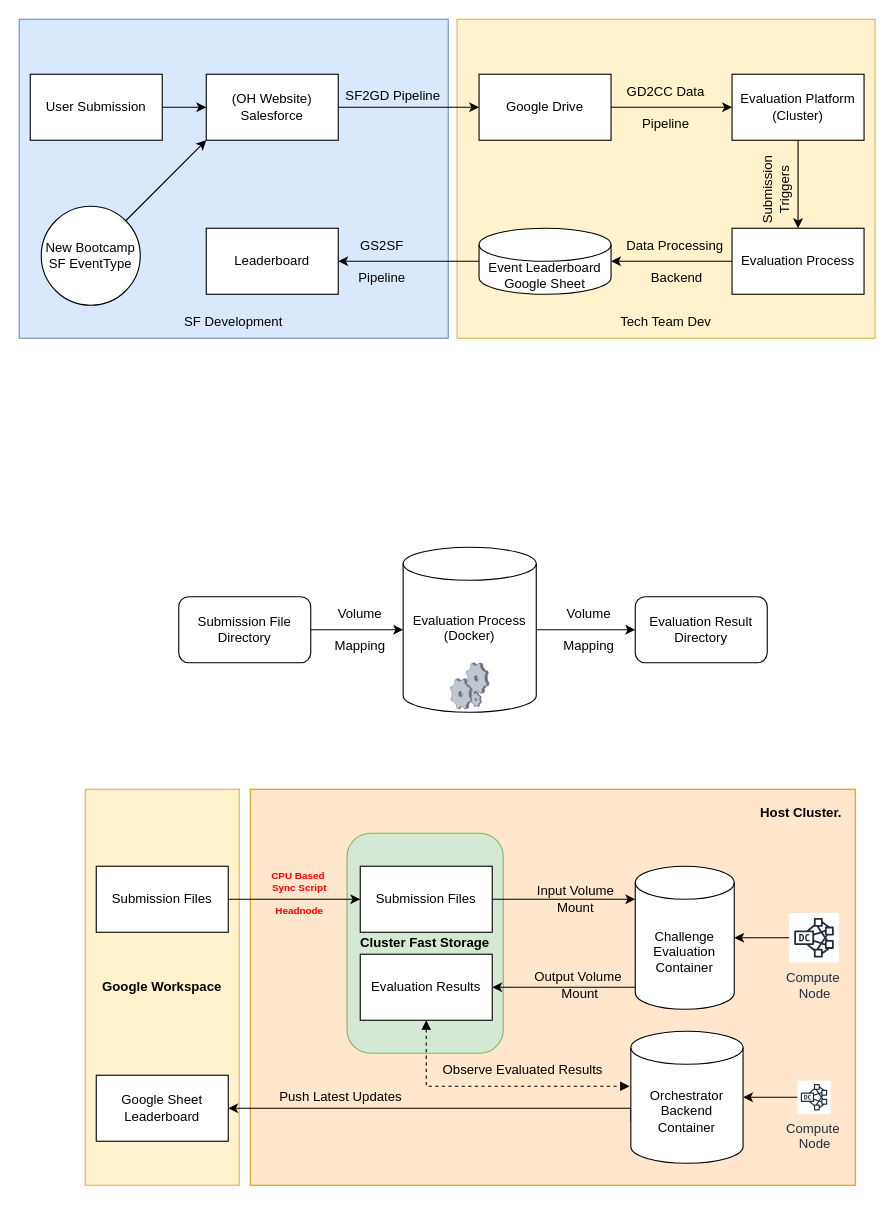
boi-doingthings/congenial-octo-lamp keeps this draw.io diagram as SF_struct.drawio. Above is the earlier version. Source tidied: cells renumbered, new cells numbered last; positions are measured from the earlier drawing's top-left corner, leaving out a move shared by most shapes. Both pictures are drawn from the tidied source at 110%, with x=0, y=0 at pixel (19, 19).
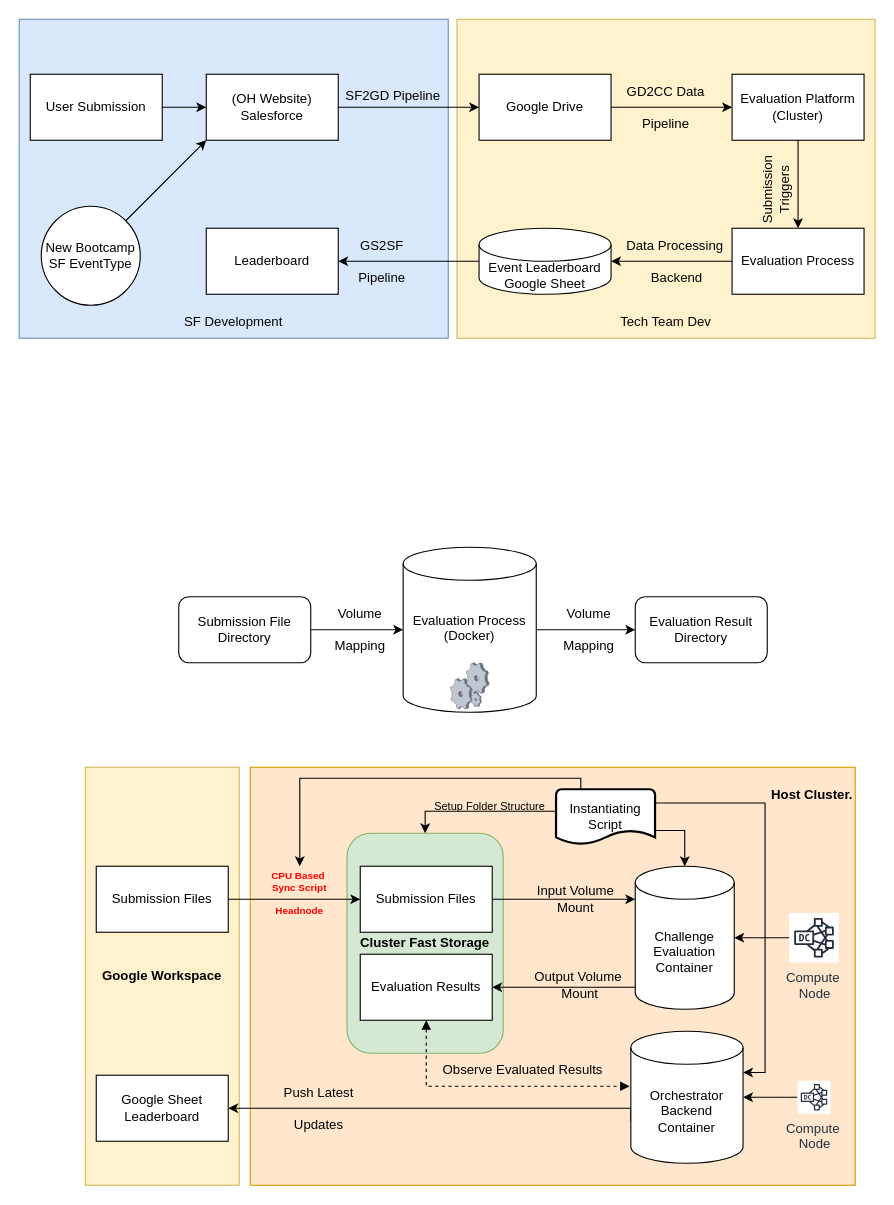
After the change.

Unchanged cells that the change refers to:
```xml
<mxCell id="4" value="&lt;b&gt;Cluster Fast Storage&lt;/b&gt;" style="rounded=1;whiteSpace=wrap;html=1;fillColor=#d5e8d4;strokeColor=#82b366;" parent="1" vertex="1">
  <mxGeometry x="298" y="740" width="142" height="200" as="geometry" />
</mxCell>
<mxCell id="43" value="&lt;div&gt;Orchestrator&lt;/div&gt;&lt;div&gt;Backend Container&lt;/div&gt;" style="shape=cylinder3;whiteSpace=wrap;html=1;boundedLbl=1;backgroundOutline=1;size=15;" parent="1" vertex="1">
  <mxGeometry x="556" y="920" width="102" height="120" as="geometry" />
</mxCell>
<mxCell id="47" value="&lt;div&gt;Challenge Evaluation Container&lt;/div&gt;" style="shape=cylinder3;whiteSpace=wrap;html=1;boundedLbl=1;backgroundOutline=1;size=15;" parent="1" vertex="1">
  <mxGeometry x="560" y="770" width="90" height="130" as="geometry" />
</mxCell>
```

What changed in the source:
```diff
@@
     <mxCell id="2" value="&lt;b&gt;Google Workspace&lt;/b&gt;" style="rounded=0;whiteSpace=wrap;html=1;fillColor=#fff2cc;strokeColor=#d6b656;" parent="1" vertex="1">
-      <mxGeometry x="60" y="700" width="140" height="360" as="geometry" />
+      <mxGeometry x="60" y="680" width="140" height="380" as="geometry" />
     </mxCell>
-    <mxCell id="3" value="&lt;b&gt;Host Cluster.&amp;nbsp; &amp;nbsp;&lt;/b&gt;&lt;div&gt;&lt;b&gt;&lt;br&gt;&lt;/b&gt;&lt;/div&gt;&lt;div&gt;&lt;b&gt;&lt;br&gt;&lt;/b&gt;&lt;/div&gt;&lt;div&gt;&lt;b&gt;&lt;br&gt;&lt;/b&gt;&lt;/div&gt;&lt;div&gt;&lt;b&gt;&lt;br&gt;&lt;/b&gt;&lt;/div&gt;&lt;div&gt;&lt;b&gt;&lt;br&gt;&lt;/b&gt;&lt;/div&gt;&lt;div&gt;&lt;b&gt;&lt;br&gt;&lt;/b&gt;&lt;/div&gt;&lt;div&gt;&lt;b&gt;&lt;br&gt;&lt;/b&gt;&lt;/div&gt;&lt;div&gt;&lt;b&gt;&lt;br&gt;&lt;/b&gt;&lt;/div&gt;&lt;div&gt;&lt;b&gt;&lt;br&gt;&lt;/b&gt;&lt;/div&gt;&lt;div&gt;&lt;b&gt;&lt;br&gt;&lt;/b&gt;&lt;/div&gt;&lt;div&gt;&lt;b&gt;&lt;br&gt;&lt;/b&gt;&lt;/div&gt;&lt;div&gt;&lt;b&gt;&lt;br&gt;&lt;/b&gt;&lt;/div&gt;&lt;div&gt;&lt;b&gt;&lt;br&gt;&lt;/b&gt;&lt;/div&gt;&lt;div&gt;&lt;b&gt;&lt;br&gt;&lt;/b&gt;&lt;/div&gt;&lt;div&gt;&lt;b&gt;&lt;br&gt;&lt;/b&gt;&lt;/div&gt;&lt;div&gt;&lt;b&gt;&lt;br&gt;&lt;/b&gt;&lt;/div&gt;&lt;div&gt;&lt;b&gt;&lt;br&gt;&lt;/b&gt;&lt;/div&gt;&lt;div&gt;&lt;b&gt;&lt;br&gt;&lt;/b&gt;&lt;/div&gt;&lt;div&gt;&lt;b&gt;&lt;br&gt;&lt;/b&gt;&lt;/div&gt;&lt;div&gt;&lt;b&gt;&lt;br&gt;&lt;/b&gt;&lt;/div&gt;&lt;div&gt;&lt;b&gt;&lt;br&gt;&lt;/b&gt;&lt;/div&gt;&lt;div&gt;&lt;b&gt;&amp;nbsp;&lt;/b&gt;&lt;/div&gt;" style="rounded=0;whiteSpace=wrap;html=1;fillColor=#ffe6cc;strokeColor=#d79b00;align=right;" parent="1" vertex="1">
-      <mxGeometry x="210" y="700" width="550" height="360" as="geometry" />
+    <mxCell id="3" value="&lt;b&gt;Host Cluster.&lt;/b&gt;&lt;div&gt;&lt;b&gt;&amp;nbsp; &amp;nbsp;&lt;/b&gt;&lt;div&gt;&lt;b&gt;&lt;br&gt;&lt;/b&gt;&lt;/div&gt;&lt;div&gt;&lt;b&gt;&lt;br&gt;&lt;/b&gt;&lt;/div&gt;&lt;div&gt;&lt;b&gt;&lt;br&gt;&lt;/b&gt;&lt;/div&gt;&lt;div&gt;&lt;b&gt;&lt;br&gt;&lt;/b&gt;&lt;/div&gt;&lt;div&gt;&lt;b&gt;&lt;br&gt;&lt;/b&gt;&lt;/div&gt;&lt;div&gt;&lt;b&gt;&lt;br&gt;&lt;/b&gt;&lt;/div&gt;&lt;div&gt;&lt;b&gt;&lt;br&gt;&lt;/b&gt;&lt;/div&gt;&lt;div&gt;&lt;b&gt;&lt;br&gt;&lt;/b&gt;&lt;/div&gt;&lt;div&gt;&lt;b&gt;&lt;br&gt;&lt;/b&gt;&lt;/div&gt;&lt;div&gt;&lt;b&gt;&lt;br&gt;&lt;/b&gt;&lt;/div&gt;&lt;div&gt;&lt;b&gt;&lt;br&gt;&lt;/b&gt;&lt;/div&gt;&lt;div&gt;&lt;b&gt;&lt;br&gt;&lt;/b&gt;&lt;/div&gt;&lt;div&gt;&lt;b&gt;&lt;br&gt;&lt;/b&gt;&lt;/div&gt;&lt;div&gt;&lt;b&gt;&lt;br&gt;&lt;/b&gt;&lt;/div&gt;&lt;div&gt;&lt;b&gt;&lt;br&gt;&lt;/b&gt;&lt;/div&gt;&lt;div&gt;&lt;b&gt;&lt;br&gt;&lt;/b&gt;&lt;/div&gt;&lt;div&gt;&lt;b&gt;&lt;br&gt;&lt;/b&gt;&lt;/div&gt;&lt;div&gt;&lt;b&gt;&lt;br&gt;&lt;/b&gt;&lt;/div&gt;&lt;div&gt;&lt;b&gt;&lt;br&gt;&lt;/b&gt;&lt;/div&gt;&lt;div&gt;&lt;b&gt;&lt;br&gt;&lt;/b&gt;&lt;/div&gt;&lt;div&gt;&lt;b&gt;&lt;br&gt;&lt;/b&gt;&lt;/div&gt;&lt;div&gt;&lt;b&gt;&amp;nbsp;&lt;/b&gt;&lt;/div&gt;&lt;/div&gt;" style="rounded=0;whiteSpace=wrap;html=1;fillColor=#ffe6cc;strokeColor=#d79b00;align=right;" parent="1" vertex="1">
+      <mxGeometry x="210" y="680" width="550" height="380" as="geometry" />
     </mxCell>
@@
-    <mxCell id="55" value="Push Latest Updates" style="text;html=1;align=center;verticalAlign=middle;whiteSpace=wrap;rounded=0;" parent="1" vertex="1">
-      <mxGeometry x="225" y="965" width="135" height="30" as="geometry" />
+    <mxCell id="55" value="Push Lates&lt;span style=&quot;background-color: transparent; color: light-dark(rgb(0, 0, 0), rgb(255, 255, 255));&quot;&gt;t&lt;/span&gt;&lt;div&gt;&lt;br&gt;&lt;div&gt;&lt;div&gt;Updates&lt;/div&gt;&lt;/div&gt;&lt;/div&gt;" style="text;html=1;align=center;verticalAlign=middle;whiteSpace=wrap;rounded=0;" parent="1" vertex="1">
+      <mxGeometry x="205" y="975" width="135" height="30" as="geometry" />
     </mxCell>
@@
+    <mxCell id="57" value="&lt;font style=&quot;font-size: 10px;&quot;&gt;Setup Folder Structure&lt;/font&gt;" style="text;html=1;align=center;verticalAlign=middle;whiteSpace=wrap;rounded=0;" parent="1" vertex="1">
+      <mxGeometry x="368" y="700" width="120" height="30" as="geometry" />
+    </mxCell>
+    <mxCell id="58" style="edgeStyle=orthogonalEdgeStyle;rounded=0;jettySize=auto;html=1;exitX=0;exitY=0.25;exitDx=0;exitDy=0;exitPerimeter=0;entryX=0.5;entryY=0;entryDx=0;entryDy=0;" parent="1" edge="1" source="60" target="4">
+      <mxGeometry relative="1" as="geometry">
+        <Array as="points">
+          <mxPoint x="488" y="720" />
+          <mxPoint x="369" y="720" />
+        </Array>
+      </mxGeometry>
+    </mxCell>
+    <mxCell id="59" style="edgeStyle=orthogonalEdgeStyle;rounded=0;jettySize=auto;html=1;exitX=0.25;exitY=0;exitDx=0;exitDy=0;exitPerimeter=0;" parent="1" edge="1" source="60">
+      <mxGeometry relative="1" as="geometry">
+        <mxPoint x="255" y="770" as="targetPoint" />
+        <Array as="points">
+          <mxPoint x="511" y="690" />
+          <mxPoint x="255" y="690" />
+        </Array>
+      </mxGeometry>
+    </mxCell>
+    <mxCell id="60" value="Instantiating Script" style="strokeWidth=2;html=1;shape=mxgraph.flowchart.document2;whiteSpace=wrap;size=0.25;" parent="1" vertex="1">
+      <mxGeometry x="488" y="700" width="90" height="50" as="geometry" />
+    </mxCell>
+    <mxCell id="61" style="edgeStyle=orthogonalEdgeStyle;rounded=0;jettySize=auto;html=1;exitX=1;exitY=0.75;exitDx=0;exitDy=0;exitPerimeter=0;entryX=0.5;entryY=0;entryDx=0;entryDy=0;entryPerimeter=0;" parent="1" edge="1" source="60" target="47">
+      <mxGeometry relative="1" as="geometry" />
+    </mxCell>
+    <mxCell id="62" style="edgeStyle=orthogonalEdgeStyle;rounded=0;jettySize=auto;html=1;exitX=1;exitY=0.25;exitDx=0;exitDy=0;exitPerimeter=0;entryX=1;entryY=0;entryDx=0;entryDy=37.5;entryPerimeter=0;" parent="1" edge="1" source="60" target="43">
+      <mxGeometry relative="1" as="geometry" />
+    </mxCell>
```
